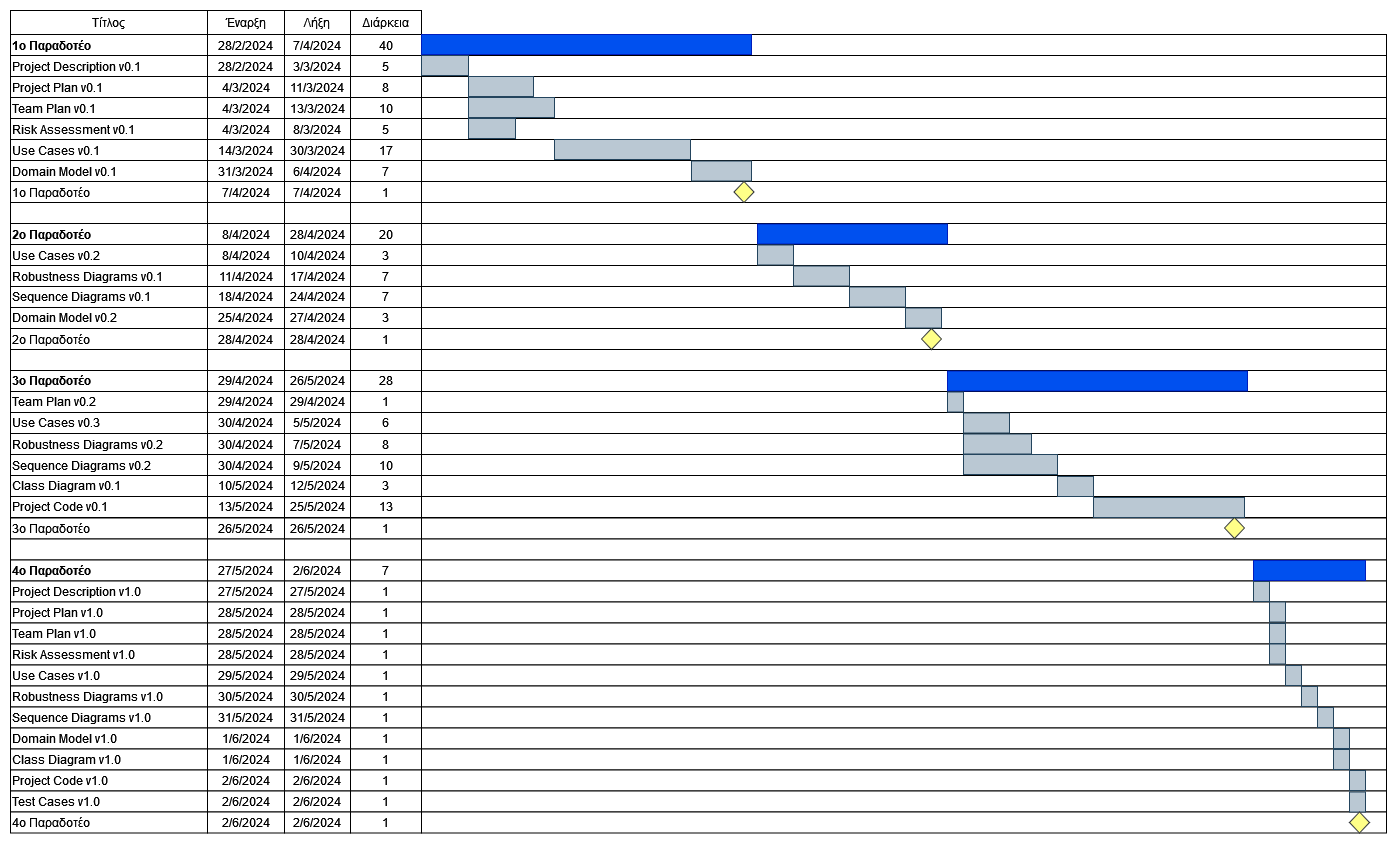
The draw.io diagram NOTES/gantt/Team Plan Gantt time.png in Nektar24/software-engineering, before a commit. Source tidied: cells renumbered, new cells last; positions are measured from the earlier drawing's top-left corner, leaving out a move shared by most shapes.
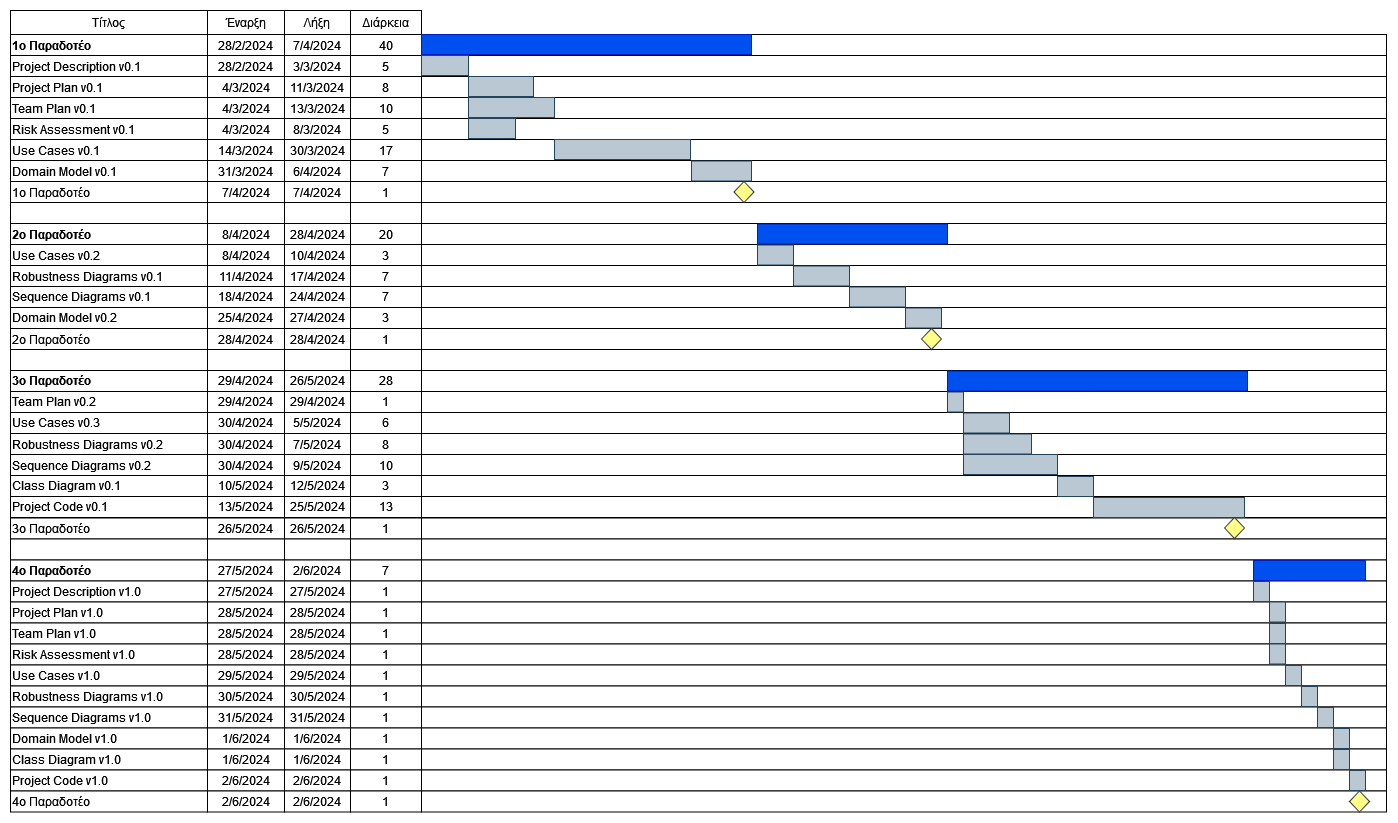
After the commit.

Commit message:
team plan gantt diagram removed test caases v1.0

What changed in the source:
```diff
@@ -509,35 +509,20 @@
     <mxCell id="170" style="rounded=0;whiteSpace=wrap;html=1;" parent="1" vertex="1">
       <mxGeometry x="411" y="759.5" width="965" height="21" as="geometry" />
     </mxCell>
-    <mxCell id="171" value="&lt;div align=&quot;left&quot;&gt;Test Cases v1.0&lt;/div&gt;" style="rounded=0;whiteSpace=wrap;html=1;align=left;" parent="1" vertex="1">
-      <mxGeometry y="780.5" width="197" height="21" as="geometry" />
-    </mxCell>
-    <mxCell id="172" value="2/6/2024" style="rounded=0;whiteSpace=wrap;html=1;" parent="1" vertex="1">
-      <mxGeometry x="197" y="780.5" width="77" height="21" as="geometry" />
-    </mxCell>
-    <mxCell id="173" value="2/6/2024" style="rounded=0;whiteSpace=wrap;html=1;" parent="1" vertex="1">
-      <mxGeometry x="274" y="780.5" width="66" height="21" as="geometry" />
-    </mxCell>
-    <mxCell id="174" value="1" style="rounded=0;whiteSpace=wrap;html=1;" parent="1" vertex="1">
-      <mxGeometry x="340" y="780.5" width="71" height="21" as="geometry" />
-    </mxCell>
-    <mxCell id="175" style="rounded=0;whiteSpace=wrap;html=1;" parent="1" vertex="1">
-      <mxGeometry x="411" y="780.5" width="965" height="21" as="geometry" />
-    </mxCell>
     <mxCell id="176" value="&lt;div align=&quot;left&quot;&gt;4o Παραδοτέο&lt;/div&gt;" style="rounded=0;whiteSpace=wrap;html=1;align=left;" parent="1" vertex="1">
-      <mxGeometry y="801.5" width="197" height="21" as="geometry" />
+      <mxGeometry y="780.5" width="197" height="21" as="geometry" />
     </mxCell>
     <mxCell id="177" value="2/6/2024" style="rounded=0;whiteSpace=wrap;html=1;" parent="1" vertex="1">
-      <mxGeometry x="197" y="801.5" width="77" height="21" as="geometry" />
+      <mxGeometry x="197" y="780.5" width="77" height="21" as="geometry" />
     </mxCell>
     <mxCell id="178" value="2/6/2024" style="rounded=0;whiteSpace=wrap;html=1;" parent="1" vertex="1">
-      <mxGeometry x="274" y="801.5" width="66" height="21" as="geometry" />
+      <mxGeometry x="274" y="780.5" width="66" height="21" as="geometry" />
     </mxCell>
     <mxCell id="179" value="1" style="rounded=0;whiteSpace=wrap;html=1;" parent="1" vertex="1">
-      <mxGeometry x="340" y="801.5" width="71" height="21" as="geometry" />
+      <mxGeometry x="340" y="780.5" width="71" height="21" as="geometry" />
     </mxCell>
     <mxCell id="180" style="rounded=0;whiteSpace=wrap;html=1;" parent="1" vertex="1">
-      <mxGeometry x="411" y="801.5" width="965" height="21" as="geometry" />
+      <mxGeometry x="411" y="780.5" width="965" height="21" as="geometry" />
     </mxCell>
     <mxCell id="181" style="rounded=0;whiteSpace=wrap;html=1;fillColor=#0050ef;fontColor=#ffffff;strokeColor=#001DBC;" parent="1" vertex="1">
       <mxGeometry x="411" y="24" width="330" height="20" as="geometry" />
@@ -608,11 +593,8 @@
     <mxCell id="203" style="rounded=0;whiteSpace=wrap;html=1;fillColor=#bac8d3;strokeColor=#23445d;" parent="1" vertex="1">
       <mxGeometry x="1339" y="760" width="16" height="20" as="geometry" />
     </mxCell>
-    <mxCell id="204" style="rounded=0;whiteSpace=wrap;html=1;fillColor=#bac8d3;strokeColor=#23445d;" parent="1" vertex="1">
-      <mxGeometry x="1339" y="781.5" width="16" height="20" as="geometry" />
-    </mxCell>
     <mxCell id="205" style="rhombus;whiteSpace=wrap;html=1;fillColor=#ffff88;strokeColor=#36393d;" parent="1" vertex="1">
-      <mxGeometry x="1339" y="801.5" width="20" height="21" as="geometry" />
+      <mxGeometry x="1339" y="780.5" width="20" height="21" as="geometry" />
     </mxCell>
     <mxCell id="206" value="Use Cases v0.3" style="rounded=0;whiteSpace=wrap;html=1;align=left;" parent="1" vertex="1">
       <mxGeometry y="402" width="197" height="21" as="geometry" />
```
